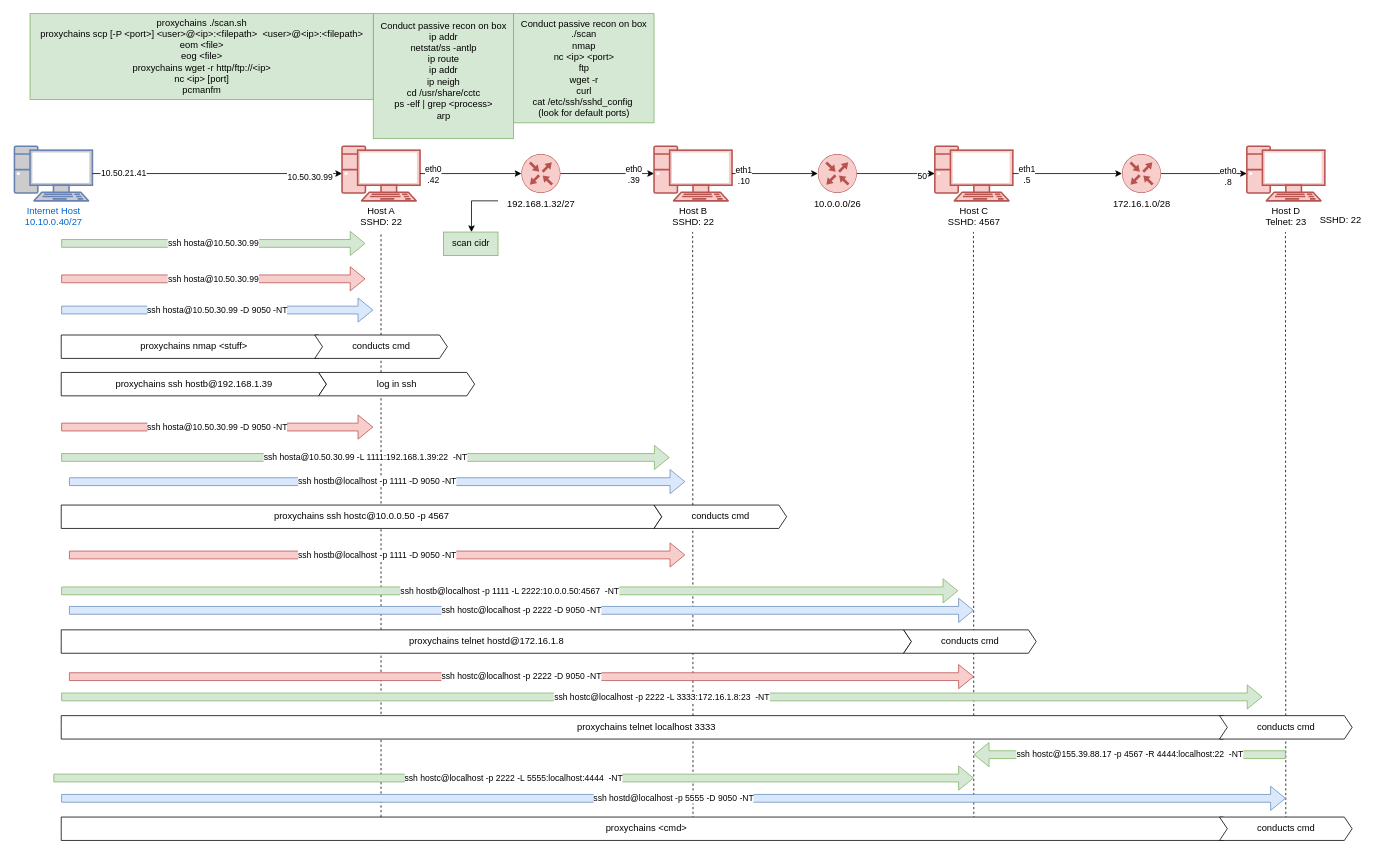
wifi96h/new keeps this draw.io diagram as CCTC/NET/Tunnel_Practice.drawio. Above is the earlier version. Source tidied: cells renumbered, new cells numbered last; positions are measured from the earlier drawing's top-left corner, leaving out a move shared by most shapes. Both pictures are drawn from the tidied source at 78%, with x=0, y=0 at pixel (14, 13).
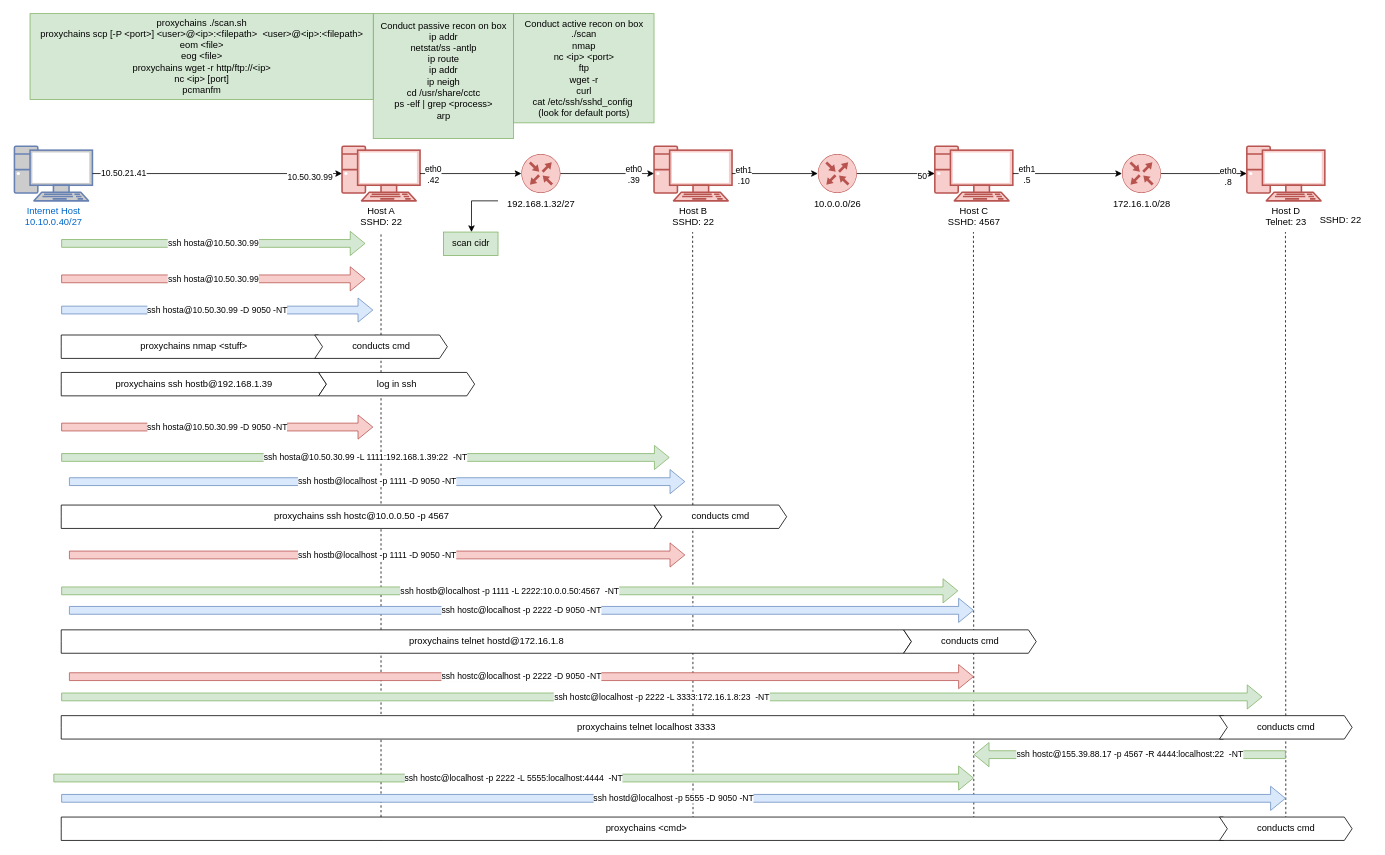
After the change.

What changed in the source:
```diff
@@
-    <mxCell id="49" value="&lt;div&gt;Conduct passive recon on box&lt;/div&gt;&lt;div&gt;./scan&lt;/div&gt;&lt;div&gt;nmap&lt;/div&gt;&lt;div&gt;nc &amp;lt;ip&amp;gt; &amp;lt;port&amp;gt;&lt;/div&gt;&lt;div&gt;ftp&lt;/div&gt;&lt;div&gt;wget -r&lt;/div&gt;&lt;div&gt;curl&lt;/div&gt;&lt;div&gt;cat /etc/ssh/sshd_config&amp;nbsp;&lt;/div&gt;&lt;div&gt;(look for default ports)&lt;/div&gt;" style="text;html=1;align=center;verticalAlign=middle;strokeColor=#82b366;fillColor=#d5e8d4;" parent="1" vertex="1">
+    <mxCell id="49" value="&lt;div&gt;Conduct active recon on box&lt;/div&gt;&lt;div&gt;./scan&lt;/div&gt;&lt;div&gt;nmap&lt;/div&gt;&lt;div&gt;nc &amp;lt;ip&amp;gt; &amp;lt;port&amp;gt;&lt;/div&gt;&lt;div&gt;ftp&lt;/div&gt;&lt;div&gt;wget -r&lt;/div&gt;&lt;div&gt;curl&lt;/div&gt;&lt;div&gt;cat /etc/ssh/sshd_config&amp;nbsp;&lt;/div&gt;&lt;div&gt;(look for default ports)&lt;/div&gt;" style="text;html=1;align=center;verticalAlign=middle;strokeColor=#82b366;fillColor=#d5e8d4;" parent="1" vertex="1">
       <mxGeometry x="640" width="180" height="140" as="geometry" />
     </mxCell>
```
